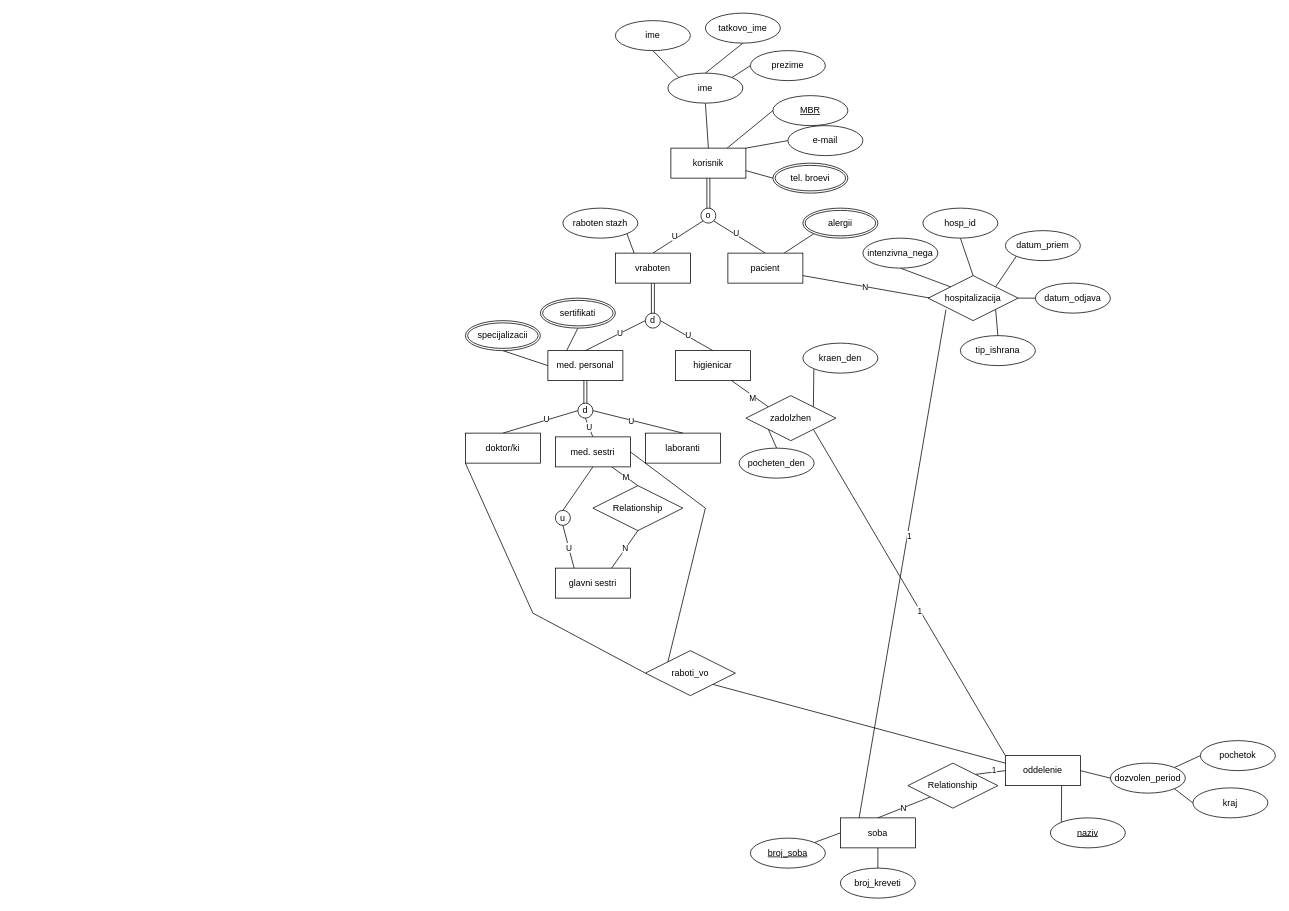
Before: lab2_2.drawio in loramarku9/BAZInaPODATOCI, a draw.io diagram. Source tidied: cells renumbered, new cells numbered last; positions are measured from the earlier drawing's top-left corner, leaving out a move shared by most shapes. Both pictures are drawn from the tidied source at 75%, with x=0, y=0 at pixel (465, 13).
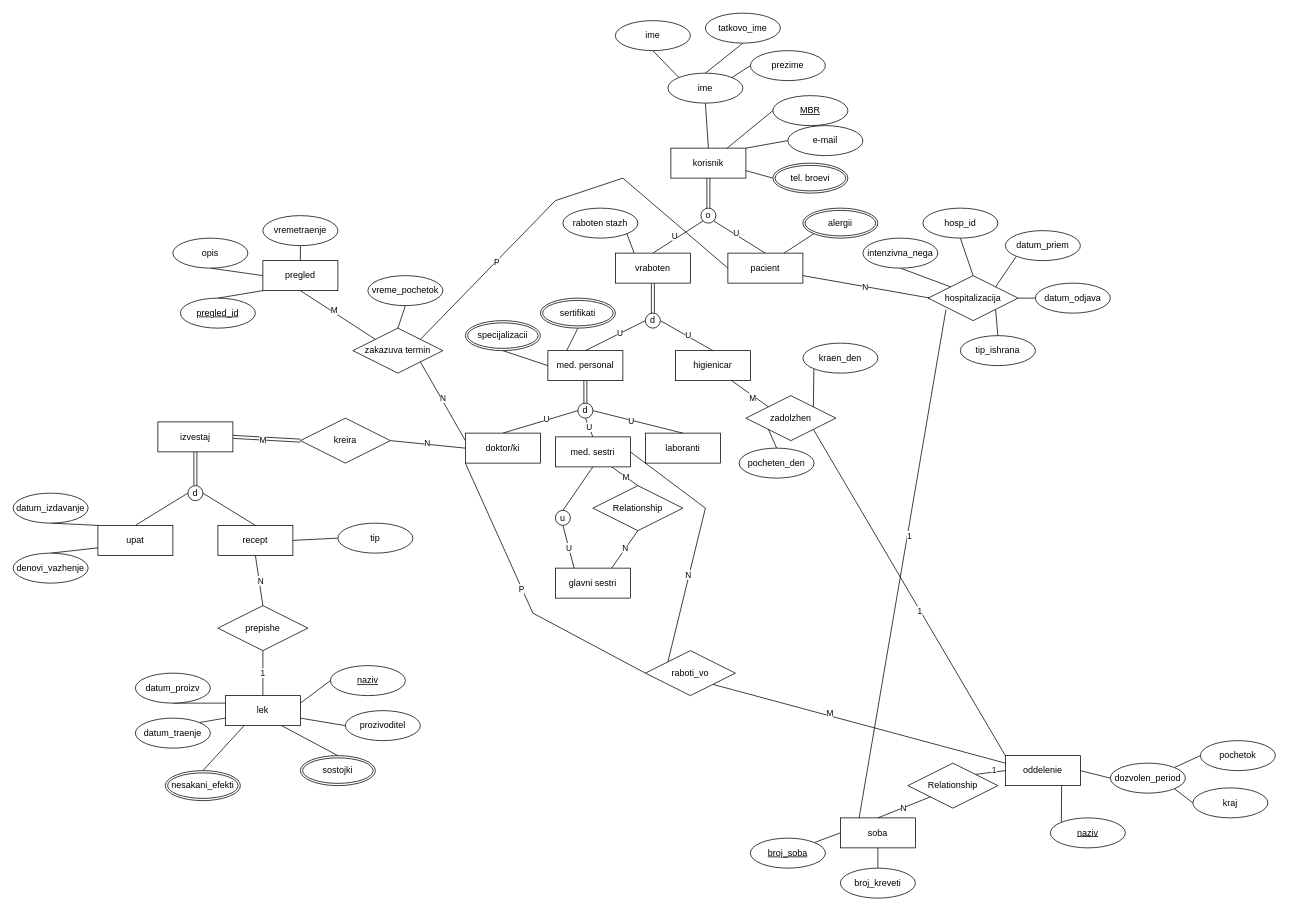
After the change.

The change refers to these unchanged cells:
```xml
<mxCell id="24" value="pacient" style="whiteSpace=wrap;html=1;align=center;" parent="1" vertex="1">
  <mxGeometry x="350" y="320" width="100" height="40" as="geometry" />
</mxCell>
<mxCell id="48" style="edgeStyle=none;shape=connector;rounded=0;jettySize=auto;html=1;exitX=1;exitY=0.5;exitDx=0;exitDy=0;entryX=0;entryY=0;entryDx=0;entryDy=0;strokeColor=default;align=center;verticalAlign=middle;fontFamily=Helvetica;fontSize=11;fontColor=default;labelBackgroundColor=default;defaultLabelBackgroundColor=page;endArrow=none;endFill=0;" parent="1" edge="1" source="49" target="108">
  <mxGeometry relative="1" as="geometry">
    <Array as="points">
      <mxPoint x="320" y="660" />
    </Array>
  </mxGeometry>
</mxCell>
<mxCell id="52" style="edgeStyle=none;shape=connector;rounded=0;jettySize=auto;html=1;exitX=0;exitY=1;exitDx=0;exitDy=0;entryX=0;entryY=0.5;entryDx=0;entryDy=0;strokeColor=default;align=center;verticalAlign=middle;fontFamily=Helvetica;fontSize=11;fontColor=default;labelBackgroundColor=default;defaultLabelBackgroundColor=page;endArrow=none;endFill=0;" parent="1" edge="1" source="53" target="108">
  <mxGeometry relative="1" as="geometry">
    <Array as="points">
      <mxPoint x="90" y="800" />
    </Array>
  </mxGeometry>
</mxCell>
<mxCell id="53" value="doktor/ki" style="whiteSpace=wrap;html=1;align=center;" parent="1" vertex="1">
  <mxGeometry y="560" width="100" height="40" as="geometry" />
</mxCell>
<mxCell id="107" style="edgeStyle=none;shape=connector;rounded=0;jettySize=auto;html=1;exitX=1;exitY=1;exitDx=0;exitDy=0;entryX=0;entryY=0.25;entryDx=0;entryDy=0;strokeColor=default;align=center;verticalAlign=middle;fontFamily=Helvetica;fontSize=11;fontColor=default;labelBackgroundColor=default;defaultLabelBackgroundColor=page;endArrow=none;endFill=0;" parent="1" edge="1" source="108" target="80">
  <mxGeometry relative="1" as="geometry" />
</mxCell>
```

Change to the diagram source:
```diff
@@
+    <mxCell id="109" style="edgeStyle=none;shape=connector;rounded=0;jettySize=auto;html=1;exitX=0;exitY=0.5;exitDx=0;exitDy=0;entryX=1;entryY=0;entryDx=0;entryDy=0;strokeColor=default;align=center;verticalAlign=middle;fontFamily=Helvetica;fontSize=11;fontColor=default;labelBackgroundColor=default;defaultLabelBackgroundColor=page;endArrow=none;endFill=0;" parent="1" edge="1" source="24" target="122">
+      <mxGeometry relative="1" as="geometry">
+        <Array as="points">
+          <mxPoint x="210" y="220" />
+          <mxPoint x="120" y="250" />
+        </Array>
+      </mxGeometry>
+    </mxCell>
+    <mxCell id="110" value="P" style="edgeLabel;html=1;align=center;verticalAlign=middle;inheritText=1;defaultLabelBackgroundColor=page;" parent="109" vertex="1">
+      <mxGeometry x="0.46" y="1" relative="1" as="geometry">
+        <mxPoint x="-1" as="offset" />
+      </mxGeometry>
+    </mxCell>
@@
+    <mxCell id="111" value="N" style="edgeLabel;html=1;align=center;verticalAlign=middle;inheritText=1;defaultLabelBackgroundColor=page;" parent="48" vertex="1">
+      <mxGeometry x="0.29" y="-2" relative="1" as="geometry" />
+    </mxCell>
@@
+    <mxCell id="112" value="P" style="edgeLabel;html=1;align=center;verticalAlign=middle;inheritText=1;defaultLabelBackgroundColor=page;" parent="52" vertex="1">
+      <mxGeometry x="-0.06" y="-1" relative="1" as="geometry" />
+    </mxCell>
+    <mxCell id="113" style="edgeStyle=none;shape=connector;rounded=0;jettySize=auto;html=1;exitX=0;exitY=0.25;exitDx=0;exitDy=0;entryX=1;entryY=1;entryDx=0;entryDy=0;strokeColor=default;align=center;verticalAlign=middle;fontFamily=Helvetica;fontSize=11;fontColor=default;labelBackgroundColor=default;defaultLabelBackgroundColor=page;endArrow=none;endFill=0;" parent="1" edge="1" source="53" target="122">
+      <mxGeometry relative="1" as="geometry" />
+    </mxCell>
+    <mxCell id="114" value="N" style="edgeLabel;html=1;align=center;verticalAlign=middle;inheritText=1;defaultLabelBackgroundColor=page;" parent="113" vertex="1">
+      <mxGeometry x="0.08" y="-2" relative="1" as="geometry" />
+    </mxCell>
+    <mxCell id="115" style="edgeStyle=none;shape=connector;rounded=0;jettySize=auto;html=1;exitX=0;exitY=0.5;exitDx=0;exitDy=0;entryX=1;entryY=0.5;entryDx=0;entryDy=0;strokeColor=default;align=center;verticalAlign=middle;fontFamily=Helvetica;fontSize=11;fontColor=default;labelBackgroundColor=default;defaultLabelBackgroundColor=page;endArrow=none;endFill=0;" parent="1" edge="1" source="53" target="146">
+      <mxGeometry relative="1" as="geometry" />
+    </mxCell>
+    <mxCell id="116" value="N" style="edgeLabel;html=1;align=center;verticalAlign=middle;inheritText=1;defaultLabelBackgroundColor=page;" parent="115" vertex="1">
+      <mxGeometry x="0.04" y="-1" relative="1" as="geometry" />
+    </mxCell>
@@
+    <mxCell id="117" value="M" style="edgeLabel;html=1;align=center;verticalAlign=middle;inheritText=1;defaultLabelBackgroundColor=page;" parent="107" vertex="1">
+      <mxGeometry x="-0.21" y="3" relative="1" as="geometry" />
+    </mxCell>
@@
+    <mxCell id="118" style="edgeStyle=none;shape=connector;rounded=0;jettySize=auto;html=1;exitX=0.5;exitY=1;exitDx=0;exitDy=0;entryX=0;entryY=0;entryDx=0;entryDy=0;strokeColor=default;align=center;verticalAlign=middle;fontFamily=Helvetica;fontSize=11;fontColor=default;labelBackgroundColor=default;defaultLabelBackgroundColor=page;endArrow=none;endFill=0;" parent="1" edge="1" source="120" target="122">
+      <mxGeometry relative="1" as="geometry" />
+    </mxCell>
+    <mxCell id="119" value="M" style="edgeLabel;html=1;align=center;verticalAlign=middle;inheritText=1;defaultLabelBackgroundColor=page;" parent="118" vertex="1">
+      <mxGeometry x="-0.14" y="3" relative="1" as="geometry" />
+    </mxCell>
+    <mxCell id="120" value="pregled" style="whiteSpace=wrap;html=1;align=center;" parent="1" vertex="1">
+      <mxGeometry x="-270" y="330" width="100" height="40" as="geometry" />
+    </mxCell>
+    <mxCell id="121" style="edgeStyle=none;shape=connector;rounded=0;jettySize=auto;html=1;exitX=0.5;exitY=0;exitDx=0;exitDy=0;entryX=0.5;entryY=1;entryDx=0;entryDy=0;strokeColor=default;align=center;verticalAlign=middle;fontFamily=Helvetica;fontSize=11;fontColor=default;labelBackgroundColor=default;defaultLabelBackgroundColor=page;endArrow=none;endFill=0;" parent="1" edge="1" source="122" target="129">
+      <mxGeometry relative="1" as="geometry" />
+    </mxCell>
+    <mxCell id="122" value="zakazuva termin" style="shape=rhombus;perimeter=rhombusPerimeter;whiteSpace=wrap;html=1;align=center;" parent="1" vertex="1">
+      <mxGeometry x="-150" y="420" width="120" height="60" as="geometry" />
+    </mxCell>
+    <mxCell id="123" style="edgeStyle=none;shape=connector;rounded=0;jettySize=auto;html=1;exitX=0.5;exitY=1;exitDx=0;exitDy=0;entryX=0;entryY=0.5;entryDx=0;entryDy=0;strokeColor=default;align=center;verticalAlign=middle;fontFamily=Helvetica;fontSize=11;fontColor=default;labelBackgroundColor=default;defaultLabelBackgroundColor=page;endArrow=none;endFill=0;" parent="1" edge="1" source="124" target="120">
+      <mxGeometry relative="1" as="geometry" />
+    </mxCell>
+    <mxCell id="124" value="opis" style="ellipse;whiteSpace=wrap;html=1;align=center;" parent="1" vertex="1">
+      <mxGeometry x="-390" y="300" width="100" height="40" as="geometry" />
+    </mxCell>
+    <mxCell id="125" style="edgeStyle=none;shape=connector;rounded=0;jettySize=auto;html=1;exitX=0.5;exitY=1;exitDx=0;exitDy=0;strokeColor=default;align=center;verticalAlign=middle;fontFamily=Helvetica;fontSize=11;fontColor=default;labelBackgroundColor=default;defaultLabelBackgroundColor=page;endArrow=none;endFill=0;" parent="1" edge="1" source="126" target="120">
+      <mxGeometry relative="1" as="geometry" />
+    </mxCell>
+    <mxCell id="126" value="vremetraenje" style="ellipse;whiteSpace=wrap;html=1;align=center;" parent="1" vertex="1">
+      <mxGeometry x="-270" y="270" width="100" height="40" as="geometry" />
+    </mxCell>
+    <mxCell id="127" style="edgeStyle=none;shape=connector;rounded=0;jettySize=auto;html=1;exitX=0.5;exitY=0;exitDx=0;exitDy=0;entryX=0;entryY=1;entryDx=0;entryDy=0;strokeColor=default;align=center;verticalAlign=middle;fontFamily=Helvetica;fontSize=11;fontColor=default;labelBackgroundColor=default;defaultLabelBackgroundColor=page;endArrow=none;endFill=0;" parent="1" edge="1" source="128" target="120">
+      <mxGeometry relative="1" as="geometry" />
+    </mxCell>
+    <mxCell id="128" value="pregled_id" style="ellipse;whiteSpace=wrap;html=1;align=center;fontStyle=4;" parent="1" vertex="1">
+      <mxGeometry x="-380" y="380" width="100" height="40" as="geometry" />
+    </mxCell>
+    <mxCell id="129" value="vreme_pochetok" style="ellipse;whiteSpace=wrap;html=1;align=center;" parent="1" vertex="1">
+      <mxGeometry x="-130" y="350" width="100" height="40" as="geometry" />
+    </mxCell>
+    <mxCell id="130" style="edgeStyle=none;shape=link;rounded=0;jettySize=auto;html=1;exitX=0.5;exitY=1;exitDx=0;exitDy=0;entryX=0.5;entryY=0;entryDx=0;entryDy=0;strokeColor=default;align=center;verticalAlign=middle;fontFamily=Helvetica;fontSize=11;fontColor=default;labelBackgroundColor=default;defaultLabelBackgroundColor=page;endArrow=none;endFill=0;" parent="1" edge="1" source="133" target="141">
+      <mxGeometry relative="1" as="geometry" />
+    </mxCell>
+    <mxCell id="131" style="edgeStyle=none;shape=link;rounded=0;jettySize=auto;html=1;exitX=1;exitY=0.5;exitDx=0;exitDy=0;entryX=0;entryY=0.5;entryDx=0;entryDy=0;strokeColor=default;align=center;verticalAlign=middle;fontFamily=Helvetica;fontSize=11;fontColor=default;labelBackgroundColor=default;defaultLabelBackgroundColor=page;endArrow=none;endFill=0;" parent="1" edge="1" source="133" target="146">
+      <mxGeometry relative="1" as="geometry" />
+    </mxCell>
+    <mxCell id="132" value="M" style="edgeLabel;html=1;align=center;verticalAlign=middle;inheritText=1;defaultLabelBackgroundColor=page;" parent="131" vertex="1">
+      <mxGeometry x="-0.11" y="-2" relative="1" as="geometry" />
+    </mxCell>
+    <mxCell id="133" value="izvestaj" style="whiteSpace=wrap;html=1;align=center;" parent="1" vertex="1">
+      <mxGeometry x="-410" y="545" width="100" height="40" as="geometry" />
+    </mxCell>
+    <mxCell id="134" style="edgeStyle=none;shape=connector;rounded=0;jettySize=auto;html=1;exitX=1;exitY=0.5;exitDx=0;exitDy=0;entryX=0;entryY=0.5;entryDx=0;entryDy=0;strokeColor=default;align=center;verticalAlign=middle;fontFamily=Helvetica;fontSize=11;fontColor=default;labelBackgroundColor=default;defaultLabelBackgroundColor=page;endArrow=none;endFill=0;" parent="1" edge="1" source="137" target="147">
+      <mxGeometry relative="1" as="geometry" />
+    </mxCell>
+    <mxCell id="135" style="edgeStyle=none;shape=connector;rounded=0;jettySize=auto;html=1;exitX=0.5;exitY=1;exitDx=0;exitDy=0;entryX=0.5;entryY=0;entryDx=0;entryDy=0;strokeColor=default;align=center;verticalAlign=middle;fontFamily=Helvetica;fontSize=11;fontColor=default;labelBackgroundColor=default;defaultLabelBackgroundColor=page;endArrow=none;endFill=0;" parent="1" edge="1" source="137" target="162">
+      <mxGeometry relative="1" as="geometry" />
+    </mxCell>
+    <mxCell id="136" value="N" style="edgeLabel;html=1;align=center;verticalAlign=middle;inheritText=1;defaultLabelBackgroundColor=page;" parent="135" vertex="1">
+      <mxGeometry x="0.01" y="1" relative="1" as="geometry" />
+    </mxCell>
+    <mxCell id="137" value="recept" style="whiteSpace=wrap;html=1;align=center;" parent="1" vertex="1">
+      <mxGeometry x="-330" y="683" width="100" height="40" as="geometry" />
+    </mxCell>
+    <mxCell id="138" style="edgeStyle=none;shape=connector;rounded=0;jettySize=auto;html=1;exitX=0.5;exitY=0;exitDx=0;exitDy=0;entryX=0;entryY=0.5;entryDx=0;entryDy=0;strokeColor=default;align=center;verticalAlign=middle;fontFamily=Helvetica;fontSize=11;fontColor=default;labelBackgroundColor=default;defaultLabelBackgroundColor=page;endArrow=none;endFill=0;" parent="1" edge="1" source="139" target="141">
+      <mxGeometry relative="1" as="geometry" />
+    </mxCell>
+    <mxCell id="139" value="upat" style="whiteSpace=wrap;html=1;align=center;" parent="1" vertex="1">
+      <mxGeometry x="-490" y="683" width="100" height="40" as="geometry" />
+    </mxCell>
+    <mxCell id="140" style="edgeStyle=none;shape=connector;rounded=0;jettySize=auto;html=1;exitX=1;exitY=0.5;exitDx=0;exitDy=0;entryX=0.5;entryY=0;entryDx=0;entryDy=0;strokeColor=default;align=center;verticalAlign=middle;fontFamily=Helvetica;fontSize=11;fontColor=default;labelBackgroundColor=default;defaultLabelBackgroundColor=page;endArrow=none;endFill=0;" parent="1" edge="1" source="141" target="137">
+      <mxGeometry relative="1" as="geometry" />
+    </mxCell>
+    <mxCell id="141" value="d" style="ellipse;whiteSpace=wrap;html=1;shapeInside=1;" parent="1" vertex="1">
+      <mxGeometry x="-370" y="630" width="20" height="20" as="geometry" />
+    </mxCell>
+    <mxCell id="142" style="edgeStyle=none;shape=connector;rounded=0;jettySize=auto;html=1;exitX=0.5;exitY=0;exitDx=0;exitDy=0;entryX=0;entryY=0.75;entryDx=0;entryDy=0;strokeColor=default;align=center;verticalAlign=middle;fontFamily=Helvetica;fontSize=11;fontColor=default;labelBackgroundColor=default;defaultLabelBackgroundColor=page;endArrow=none;endFill=0;" parent="1" edge="1" source="143" target="139">
+      <mxGeometry relative="1" as="geometry" />
+    </mxCell>
+    <mxCell id="143" value="denovi_vazhenje" style="ellipse;whiteSpace=wrap;html=1;align=center;" parent="1" vertex="1">
+      <mxGeometry x="-603" y="720" width="100" height="40" as="geometry" />
+    </mxCell>
+    <mxCell id="144" style="edgeStyle=none;shape=connector;rounded=0;jettySize=auto;html=1;exitX=0.5;exitY=1;exitDx=0;exitDy=0;entryX=0;entryY=0;entryDx=0;entryDy=0;strokeColor=default;align=center;verticalAlign=middle;fontFamily=Helvetica;fontSize=11;fontColor=default;labelBackgroundColor=default;defaultLabelBackgroundColor=page;endArrow=none;endFill=0;" parent="1" edge="1" source="145" target="139">
+      <mxGeometry relative="1" as="geometry" />
+    </mxCell>
+    <mxCell id="145" value="datum_izdavanje" style="ellipse;whiteSpace=wrap;html=1;align=center;" parent="1" vertex="1">
+      <mxGeometry x="-603" y="640" width="100" height="40" as="geometry" />
+    </mxCell>
+    <mxCell id="146" value="kreira" style="shape=rhombus;perimeter=rhombusPerimeter;whiteSpace=wrap;html=1;align=center;" parent="1" vertex="1">
+      <mxGeometry x="-220" y="540" width="120" height="60" as="geometry" />
+    </mxCell>
+    <mxCell id="147" value="tip" style="ellipse;whiteSpace=wrap;html=1;align=center;" parent="1" vertex="1">
+      <mxGeometry x="-170" y="680" width="100" height="40" as="geometry" />
+    </mxCell>
+    <mxCell id="148" style="edgeStyle=none;shape=connector;rounded=0;jettySize=auto;html=1;exitX=0.75;exitY=1;exitDx=0;exitDy=0;entryX=0.5;entryY=0;entryDx=0;entryDy=0;strokeColor=default;align=center;verticalAlign=middle;fontFamily=Helvetica;fontSize=11;fontColor=default;labelBackgroundColor=default;defaultLabelBackgroundColor=page;endArrow=none;endFill=0;" parent="1" edge="1" source="152" target="159">
+      <mxGeometry relative="1" as="geometry" />
+    </mxCell>
+    <mxCell id="149" style="edgeStyle=none;shape=connector;rounded=0;jettySize=auto;html=1;exitX=1;exitY=0.75;exitDx=0;exitDy=0;entryX=0;entryY=0.5;entryDx=0;entryDy=0;strokeColor=default;align=center;verticalAlign=middle;fontFamily=Helvetica;fontSize=11;fontColor=default;labelBackgroundColor=default;defaultLabelBackgroundColor=page;endArrow=none;endFill=0;" parent="1" edge="1" source="152" target="157">
+      <mxGeometry relative="1" as="geometry" />
+    </mxCell>
+    <mxCell id="150" style="edgeStyle=none;shape=connector;rounded=0;jettySize=auto;html=1;exitX=1;exitY=0.25;exitDx=0;exitDy=0;entryX=0;entryY=0.5;entryDx=0;entryDy=0;strokeColor=default;align=center;verticalAlign=middle;fontFamily=Helvetica;fontSize=11;fontColor=default;labelBackgroundColor=default;defaultLabelBackgroundColor=page;endArrow=none;endFill=0;" parent="1" edge="1" source="152" target="158">
+      <mxGeometry relative="1" as="geometry" />
+    </mxCell>
+    <mxCell id="151" value="1" style="edgeStyle=none;shape=connector;rounded=0;jettySize=auto;html=1;exitX=0.5;exitY=0;exitDx=0;exitDy=0;entryX=0.5;entryY=1;entryDx=0;entryDy=0;strokeColor=default;align=center;verticalAlign=middle;fontFamily=Helvetica;fontSize=11;fontColor=default;labelBackgroundColor=default;defaultLabelBackgroundColor=page;endArrow=none;endFill=0;" parent="1" edge="1" source="152" target="162">
+      <mxGeometry relative="1" as="geometry" />
+    </mxCell>
+    <mxCell id="152" value="lek" style="whiteSpace=wrap;html=1;align=center;" parent="1" vertex="1">
+      <mxGeometry x="-320" y="910" width="100" height="40" as="geometry" />
+    </mxCell>
+    <mxCell id="153" style="edgeStyle=none;shape=connector;rounded=0;jettySize=auto;html=1;exitX=1;exitY=0;exitDx=0;exitDy=0;entryX=0;entryY=0.75;entryDx=0;entryDy=0;strokeColor=default;align=center;verticalAlign=middle;fontFamily=Helvetica;fontSize=11;fontColor=default;labelBackgroundColor=default;defaultLabelBackgroundColor=page;endArrow=none;endFill=0;" parent="1" edge="1" source="154" target="152">
+      <mxGeometry relative="1" as="geometry" />
+    </mxCell>
+    <mxCell id="154" value="datum_traenje" style="ellipse;whiteSpace=wrap;html=1;align=center;" parent="1" vertex="1">
+      <mxGeometry x="-440" y="940" width="100" height="40" as="geometry" />
+    </mxCell>
+    <mxCell id="155" style="edgeStyle=none;shape=connector;rounded=0;jettySize=auto;html=1;exitX=0.5;exitY=1;exitDx=0;exitDy=0;entryX=0;entryY=0.25;entryDx=0;entryDy=0;strokeColor=default;align=center;verticalAlign=middle;fontFamily=Helvetica;fontSize=11;fontColor=default;labelBackgroundColor=default;defaultLabelBackgroundColor=page;endArrow=none;endFill=0;" parent="1" edge="1" source="156" target="152">
+      <mxGeometry relative="1" as="geometry" />
+    </mxCell>
+    <mxCell id="156" value="datum_proizv" style="ellipse;whiteSpace=wrap;html=1;align=center;" parent="1" vertex="1">
+      <mxGeometry x="-440" y="880" width="100" height="40" as="geometry" />
+    </mxCell>
+    <mxCell id="157" value="prozivoditel" style="ellipse;whiteSpace=wrap;html=1;align=center;" parent="1" vertex="1">
+      <mxGeometry x="-160" y="930" width="100" height="40" as="geometry" />
+    </mxCell>
+    <mxCell id="158" value="naziv" style="ellipse;whiteSpace=wrap;html=1;align=center;fontStyle=4;" parent="1" vertex="1">
+      <mxGeometry x="-180" y="870" width="100" height="40" as="geometry" />
+    </mxCell>
+    <mxCell id="159" value="sostojki" style="ellipse;shape=doubleEllipse;margin=3;whiteSpace=wrap;html=1;align=center;" parent="1" vertex="1">
+      <mxGeometry x="-220" y="990" width="100" height="40" as="geometry" />
+    </mxCell>
+    <mxCell id="160" style="edgeStyle=none;shape=connector;rounded=0;jettySize=auto;html=1;exitX=0.5;exitY=0;exitDx=0;exitDy=0;entryX=0.25;entryY=1;entryDx=0;entryDy=0;strokeColor=default;align=center;verticalAlign=middle;fontFamily=Helvetica;fontSize=11;fontColor=default;labelBackgroundColor=default;defaultLabelBackgroundColor=page;endArrow=none;endFill=0;" parent="1" edge="1" source="161" target="152">
+      <mxGeometry relative="1" as="geometry" />
+    </mxCell>
+    <mxCell id="161" value="nesakani_efekti" style="ellipse;shape=doubleEllipse;margin=3;whiteSpace=wrap;html=1;align=center;" parent="1" vertex="1">
+      <mxGeometry x="-400" y="1010" width="100" height="40" as="geometry" />
+    </mxCell>
+    <mxCell id="162" value="prepishe" style="shape=rhombus;perimeter=rhombusPerimeter;whiteSpace=wrap;html=1;align=center;" parent="1" vertex="1">
+      <mxGeometry x="-330" y="790" width="120" height="60" as="geometry" />
+    </mxCell>
```
